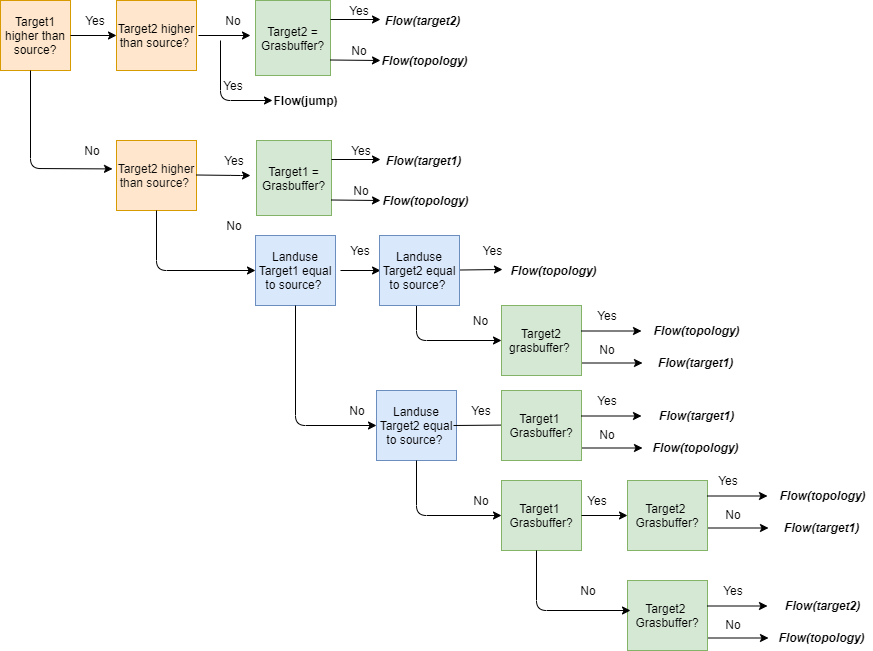
Earlier version of the draw.io export docs/_static/png/sketch_flow_algorithm.png (watem-sedem/watem-sedem). Source tidied: cells renumbered, new cells last; positions are measured from the earlier drawing's top-left corner, leaving out a move shared by most shapes.
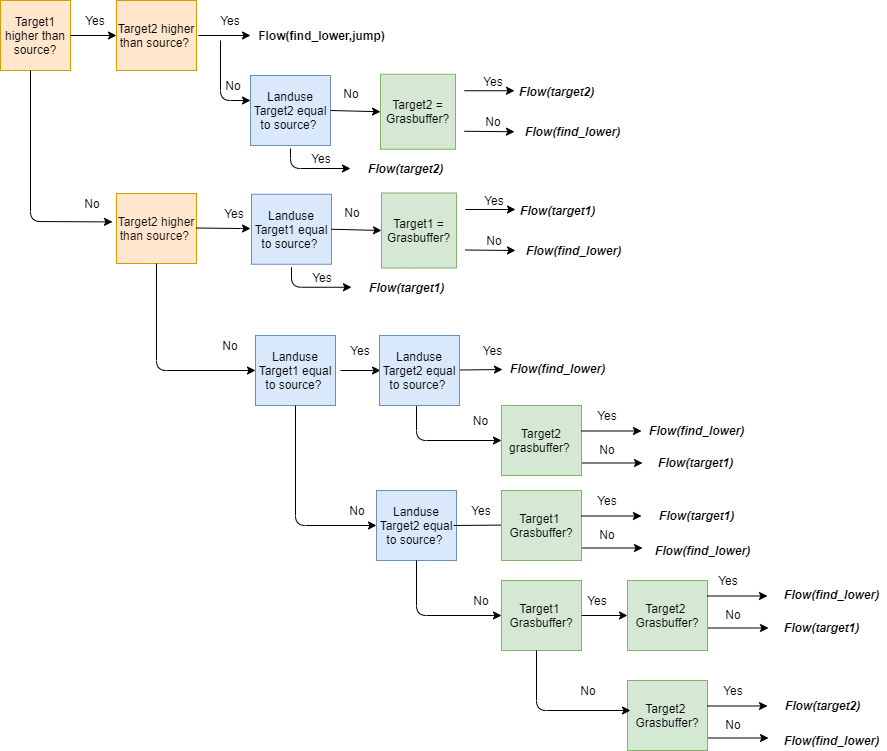
Later version of the same file.

Diff of the diagram source:
```diff
@@ -3,100 +3,88 @@
     <mxCell id="0" />
     <mxCell id="1" parent="0" />
     <mxCell id="2" value="Target1 higher than source?" style="whiteSpace=wrap;html=1;fillColor=#ffe6cc;strokeColor=#d79b00;" parent="1" vertex="1">
-      <mxGeometry width="70" height="70" as="geometry" />
+      <mxGeometry y="-100" width="70" height="70" as="geometry" />
     </mxCell>
-    <mxCell id="3" value="Target2 = Grasbuffer?" style="whiteSpace=wrap;html=1;fillColor=#d5e8d4;strokeColor=#82b366;" parent="1" vertex="1">
-      <mxGeometry x="255" width="75" height="75" as="geometry" />
-    </mxCell>
     <mxCell id="4" value="&lt;span style=&quot;color: rgb(0 , 0 , 0) ; font-family: &amp;#34;helvetica&amp;#34; ; font-size: 12px ; font-style: normal ; font-weight: 400 ; letter-spacing: normal ; text-indent: 0px ; text-transform: none ; word-spacing: 0px ; display: inline ; float: none&quot;&gt;Target2 higher than source?&amp;nbsp;&lt;/span&gt;" style="rounded=0;whiteSpace=wrap;html=1;align=center;fillColor=#ffe6cc;strokeColor=#d79b00;" parent="1" vertex="1">
-      <mxGeometry x="116" width="80" height="70" as="geometry" />
+      <mxGeometry x="116" y="-100" width="80" height="70" as="geometry" />
     </mxCell>
     <mxCell id="5" style="endArrow=classic;html=1;entryX=0;entryY=0.5;entryDx=0;entryDy=0;align=left;verticalAlign=top;" parent="1" edge="1" source="2" target="4">
       <mxGeometry relative="1" as="geometry" />
     </mxCell>
     <mxCell id="6" style="endArrow=classic;html=1;align=left;verticalAlign=top;" parent="1" edge="1">
       <mxGeometry relative="1" as="geometry">
-        <mxPoint x="198" y="35" as="sourcePoint" />
-        <mxPoint x="250" y="35" as="targetPoint" />
+        <mxPoint x="198" y="-65" as="sourcePoint" />
+        <mxPoint x="250" y="-65" as="targetPoint" />
       </mxGeometry>
     </mxCell>
     <mxCell id="7" value="Flow(target2)" style="text;html=1;align=center;verticalAlign=middle;fontStyle=3;" parent="1" vertex="1">
-      <mxGeometry x="377" y="10" width="90" height="20" as="geometry" />
+      <mxGeometry x="511" y="-18.8" width="90" height="20" as="geometry" />
     </mxCell>
-    <mxCell id="8" value="Flow(topology)" style="text;html=1;align=center;verticalAlign=middle;fontStyle=3;" parent="1" vertex="1">
-      <mxGeometry x="374" y="50" width="100" height="20" as="geometry" />
+    <mxCell id="8" value="Flow(find_lower)" style="text;html=1;align=center;verticalAlign=middle;fontStyle=3;" parent="1" vertex="1">
+      <mxGeometry x="517" y="21.2" width="110" height="20" as="geometry" />
     </mxCell>
     <mxCell id="9" style="endArrow=classic;html=1;align=left;" parent="1" edge="1">
       <mxGeometry relative="1" as="geometry">
-        <mxPoint x="220" y="40" as="sourcePoint" />
-        <mxPoint x="272" y="100" as="targetPoint" />
+        <mxPoint x="220" y="-60" as="sourcePoint" />
+        <mxPoint x="250" as="targetPoint" />
         <Array as="points">
-          <mxPoint x="220" y="100" />
+          <mxPoint x="220" />
         </Array>
       </mxGeometry>
     </mxCell>
-    <mxCell id="10" value="Flow(jump)" style="text;html=1;align=center;verticalAlign=middle;fontStyle=1;" parent="1" vertex="1">
-      <mxGeometry x="265" y="90" width="80" height="20" as="geometry" />
+    <mxCell id="10" value="Flow(find_lower,jump)" style="text;html=1;align=center;verticalAlign=middle;fontStyle=1;" parent="1" vertex="1">
+      <mxGeometry x="251" y="-75" width="140" height="20" as="geometry" />
     </mxCell>
     <mxCell id="11" value="&lt;span style=&quot;font-family: &amp;#34;helvetica&amp;#34; ; font-size: 12px ; font-style: normal ; font-weight: 400 ; letter-spacing: normal ; text-indent: 0px ; text-transform: none ; word-spacing: 0px ; display: inline ; float: none&quot;&gt;&lt;font color=&quot;#0a0a0a&quot;&gt;Target2 higher than source?&amp;nbsp;&lt;/font&gt;&lt;/span&gt;" style="rounded=0;whiteSpace=wrap;html=1;align=center;fillColor=#ffe6cc;strokeColor=#d79b00;" parent="1" vertex="1">
-      <mxGeometry x="116" y="140" width="80" height="70" as="geometry" />
+      <mxGeometry x="116" y="93" width="80" height="70" as="geometry" />
     </mxCell>
     <mxCell id="12" value="Yes" style="text;html=1;strokeColor=none;fillColor=none;align=center;verticalAlign=middle;whiteSpace=wrap;rounded=0;" parent="1" vertex="1">
-      <mxGeometry x="75" y="10" width="40" height="20" as="geometry" />
+      <mxGeometry x="75" y="-90" width="40" height="20" as="geometry" />
     </mxCell>
-    <mxCell id="13" value="No" style="text;html=1;strokeColor=none;fillColor=none;align=center;verticalAlign=middle;whiteSpace=wrap;rounded=0;" parent="1" vertex="1">
-      <mxGeometry x="213" y="10" width="40" height="20" as="geometry" />
+    <mxCell id="13" value="Yes" style="text;html=1;strokeColor=none;fillColor=none;align=center;verticalAlign=middle;whiteSpace=wrap;rounded=0;" parent="1" vertex="1">
+      <mxGeometry x="210" y="-90" width="40" height="20" as="geometry" />
     </mxCell>
-    <mxCell id="14" value="Yes" style="text;html=1;strokeColor=none;fillColor=none;align=center;verticalAlign=middle;whiteSpace=wrap;rounded=0;" parent="1" vertex="1">
-      <mxGeometry x="213" y="75" width="40" height="20" as="geometry" />
+    <mxCell id="14" value="No" style="text;html=1;strokeColor=none;fillColor=none;align=center;verticalAlign=middle;whiteSpace=wrap;rounded=0;" parent="1" vertex="1">
+      <mxGeometry x="213" y="-25" width="40" height="20" as="geometry" />
     </mxCell>
     <mxCell id="15" value="Yes" style="text;html=1;strokeColor=none;fillColor=none;align=center;verticalAlign=middle;whiteSpace=wrap;rounded=0;" parent="1" vertex="1">
-      <mxGeometry x="339" width="40" height="20" as="geometry" />
+      <mxGeometry x="473" y="-28.8" width="40" height="20" as="geometry" />
     </mxCell>
     <mxCell id="16" style="endArrow=classic;html=1;align=left;" parent="1" edge="1">
       <mxGeometry relative="1" as="geometry">
-        <mxPoint x="330" y="19" as="sourcePoint" />
-        <mxPoint x="380" y="19" as="targetPoint" />
+        <mxPoint x="464" y="-9.8" as="sourcePoint" />
+        <mxPoint x="514" y="-9.8" as="targetPoint" />
       </mxGeometry>
     </mxCell>
     <mxCell id="17" value="No" style="text;html=1;strokeColor=none;fillColor=none;align=center;verticalAlign=middle;whiteSpace=wrap;rounded=0;" parent="1" vertex="1">
-      <mxGeometry x="339" y="40" width="40" height="20" as="geometry" />
+      <mxGeometry x="473" y="11.2" width="40" height="20" as="geometry" />
     </mxCell>
     <mxCell id="18" style="endArrow=classic;html=1;align=left;" parent="1" edge="1">
       <mxGeometry relative="1" as="geometry">
-        <mxPoint x="330" y="59.5" as="sourcePoint" />
-        <mxPoint x="380" y="60" as="targetPoint" />
+        <mxPoint x="464" y="30.8" as="sourcePoint" />
+        <mxPoint x="514" y="31.2" as="targetPoint" />
       </mxGeometry>
     </mxCell>
     <mxCell id="19" style="endArrow=classic;html=1;align=left;entryX=-0.05;entryY=0.406;entryDx=0;entryDy=0;entryPerimeter=0;" parent="1" edge="1" target="11">
       <mxGeometry relative="1" as="geometry">
-        <mxPoint x="30" y="70" as="sourcePoint" />
+        <mxPoint x="30" y="-30" as="sourcePoint" />
         <Array as="points">
-          <mxPoint x="30" y="168" />
+          <mxPoint x="30" y="121" />
         </Array>
       </mxGeometry>
     </mxCell>
     <mxCell id="20" value="No" style="text;html=1;strokeColor=none;fillColor=none;align=center;verticalAlign=middle;whiteSpace=wrap;rounded=0;" parent="1" vertex="1">
-      <mxGeometry x="72" y="140" width="40" height="20" as="geometry" />
+      <mxGeometry x="72" y="93" width="40" height="20" as="geometry" />
     </mxCell>
-    <mxCell id="21" value="Target1 = Grasbuffer?" style="whiteSpace=wrap;html=1;fillColor=#d5e8d4;strokeColor=#82b366;" parent="1" vertex="1">
-      <mxGeometry x="256" y="140" width="75" height="75" as="geometry" />
-    </mxCell>
     <mxCell id="22" style="endArrow=classic;html=1;align=left;verticalAlign=top;" parent="1" edge="1">
       <mxGeometry relative="1" as="geometry">
-        <mxPoint x="196" y="174.5" as="sourcePoint" />
-        <mxPoint x="250" y="175" as="targetPoint" />
+        <mxPoint x="196" y="127.5" as="sourcePoint" />
+        <mxPoint x="250" y="128" as="targetPoint" />
         <Array as="points">
-          <mxPoint x="240" y="175" />
+          <mxPoint x="240" y="128" />
         </Array>
       </mxGeometry>
     </mxCell>
-    <mxCell id="23" value="Flow(target1)" style="text;html=1;align=center;verticalAlign=middle;fontStyle=3;" parent="1" vertex="1">
-      <mxGeometry x="378" y="150" width="90" height="20" as="geometry" />
-    </mxCell>
-    <mxCell id="24" value="Flow(topology)" style="text;html=1;align=center;verticalAlign=middle;fontStyle=3;" parent="1" vertex="1">
-      <mxGeometry x="375" y="190" width="100" height="20" as="geometry" />
-    </mxCell>
     <mxCell id="25" style="endArrow=classic;html=1;align=left;entryX=0;entryY=0.5;entryDx=0;entryDy=0;exitX=0.5;exitY=1;exitDx=0;exitDy=0;" parent="1" edge="1" source="11" target="32">
       <mxGeometry relative="1" as="geometry">
         <Array as="points">
@@ -105,29 +93,11 @@
       </mxGeometry>
     </mxCell>
     <mxCell id="26" value="Yes" style="text;html=1;strokeColor=none;fillColor=none;align=center;verticalAlign=middle;whiteSpace=wrap;rounded=0;" parent="1" vertex="1">
-      <mxGeometry x="214" y="150" width="40" height="20" as="geometry" />
+      <mxGeometry x="214" y="103" width="40" height="20" as="geometry" />
     </mxCell>
     <mxCell id="27" value="No" style="text;html=1;strokeColor=none;fillColor=none;align=center;verticalAlign=middle;whiteSpace=wrap;rounded=0;" parent="1" vertex="1">
-      <mxGeometry x="214" y="215" width="40" height="20" as="geometry" />
+      <mxGeometry x="210" y="235" width="40" height="20" as="geometry" />
     </mxCell>
-    <mxCell id="28" value="Yes" style="text;html=1;strokeColor=none;fillColor=none;align=center;verticalAlign=middle;whiteSpace=wrap;rounded=0;" parent="1" vertex="1">
-      <mxGeometry x="341" y="140" width="40" height="20" as="geometry" />
-    </mxCell>
-    <mxCell id="29" style="endArrow=classic;html=1;align=left;" parent="1" edge="1">
-      <mxGeometry relative="1" as="geometry">
-        <mxPoint x="331" y="159" as="sourcePoint" />
-        <mxPoint x="380" y="159" as="targetPoint" />
-      </mxGeometry>
-    </mxCell>
-    <mxCell id="30" value="No" style="text;html=1;strokeColor=none;fillColor=none;align=center;verticalAlign=middle;whiteSpace=wrap;rounded=0;" parent="1" vertex="1">
-      <mxGeometry x="341" y="180" width="40" height="20" as="geometry" />
-    </mxCell>
-    <mxCell id="31" style="endArrow=classic;html=1;align=left;" parent="1" edge="1">
-      <mxGeometry relative="1" as="geometry">
-        <mxPoint x="331" y="199.5" as="sourcePoint" />
-        <mxPoint x="380" y="200" as="targetPoint" />
-      </mxGeometry>
-    </mxCell>
     <mxCell id="32" value="&lt;span style=&quot;color: rgb(0 , 0 , 0) ; font-family: &amp;#34;helvetica&amp;#34; ; font-size: 12px ; font-style: normal ; font-weight: 400 ; letter-spacing: normal ; text-indent: 0px ; text-transform: none ; word-spacing: 0px ; display: inline ; float: none&quot;&gt;Landuse Target1 equal to source?&amp;nbsp;&lt;/span&gt;" style="rounded=0;whiteSpace=wrap;html=1;align=center;fillColor=#dae8fc;strokeColor=#6c8ebf;" parent="1" vertex="1">
       <mxGeometry x="255" y="235" width="80" height="70" as="geometry" />
     </mxCell>
@@ -153,14 +123,12 @@
     <mxCell id="37" value="&lt;span style=&quot;color: rgb(0 , 0 , 0) ; font-family: &amp;#34;helvetica&amp;#34; ; font-size: 12px ; font-style: normal ; font-weight: 400 ; letter-spacing: normal ; text-indent: 0px ; text-transform: none ; word-spacing: 0px ; display: inline ; float: none&quot;&gt;Landuse Target2 equal to source?&amp;nbsp;&lt;/span&gt;" style="rounded=0;whiteSpace=wrap;html=1;align=center;fillColor=#dae8fc;strokeColor=#6c8ebf;" parent="1" vertex="1">
       <mxGeometry x="379" y="235" width="80" height="70" as="geometry" />
     </mxCell>
-    <mxCell id="38" style="endArrow=classic;html=1;align=left;entryX=-0.01;entryY=0.45;entryDx=0;entryDy=0;entryPerimeter=0;" parent="1" edge="1" target="39">
+    <mxCell id="38" style="endArrow=classic;html=1;align=left;entryX=-0.01;entryY=0.45;entryDx=0;entryDy=0;entryPerimeter=0;" parent="1" edge="1">
       <mxGeometry relative="1" as="geometry">
         <mxPoint x="460" y="269.5" as="sourcePoint" />
+        <mxPoint x="502" y="269" as="targetPoint" />
       </mxGeometry>
     </mxCell>
-    <mxCell id="39" value="Flow(topology)" style="text;html=1;align=center;verticalAlign=middle;points=[];fontStyle=3;" parent="1" vertex="1">
-      <mxGeometry x="503" y="260" width="100" height="20" as="geometry" />
-    </mxCell>
     <mxCell id="40" value="Yes" style="text;html=1;strokeColor=none;fillColor=none;align=center;verticalAlign=middle;whiteSpace=wrap;rounded=0;" parent="1" vertex="1">
       <mxGeometry x="340" y="240" width="40" height="20" as="geometry" />
     </mxCell>
@@ -188,9 +156,6 @@
         <mxPoint x="767" y="495.5" as="targetPoint" />
       </mxGeometry>
     </mxCell>
-    <mxCell id="47" value="Flow(topology)" style="text;html=1;align=center;verticalAlign=middle;fontStyle=3;" parent="1" vertex="1">
-      <mxGeometry x="772" y="485" width="100" height="20" as="geometry" />
-    </mxCell>
     <mxCell id="48" style="endArrow=classic;html=1;align=left;entryX=0;entryY=0.5;entryDx=0;entryDy=0;" parent="1" edge="1">
       <mxGeometry relative="1" as="geometry">
         <mxPoint x="708" y="527.5" as="sourcePoint" />
@@ -239,9 +204,6 @@
         <mxPoint x="768" y="637.5" as="targetPoint" />
       </mxGeometry>
     </mxCell>
-    <mxCell id="59" value="Flow(topology)" style="text;html=1;align=center;verticalAlign=middle;fontStyle=3;" parent="1" vertex="1">
-      <mxGeometry x="771" y="627" width="100" height="20" as="geometry" />
-    </mxCell>
     <mxCell id="60" value="Yes" style="text;html=1;strokeColor=none;fillColor=none;align=center;verticalAlign=middle;whiteSpace=wrap;rounded=0;" parent="1" vertex="1">
       <mxGeometry x="713" y="580" width="40" height="20" as="geometry" />
     </mxCell>
@@ -273,9 +235,6 @@
         <mxPoint x="642" y="447.5" as="targetPoint" />
       </mxGeometry>
     </mxCell>
-    <mxCell id="67" value="Flow(topology)" style="text;html=1;align=center;verticalAlign=middle;fontStyle=3;" parent="1" vertex="1">
-      <mxGeometry x="645" y="437" width="100" height="20" as="geometry" />
-    </mxCell>
     <mxCell id="68" value="Yes" style="text;html=1;strokeColor=none;fillColor=none;align=center;verticalAlign=middle;whiteSpace=wrap;rounded=0;" parent="1" vertex="1">
       <mxGeometry x="587" y="390" width="40" height="20" as="geometry" />
     </mxCell>
@@ -291,8 +250,8 @@
         <mxPoint x="641" y="330.5" as="targetPoint" />
       </mxGeometry>
     </mxCell>
-    <mxCell id="72" value="Flow(topology)" style="text;html=1;align=center;verticalAlign=middle;fontStyle=3;" parent="1" vertex="1">
-      <mxGeometry x="646" y="320" width="100" height="20" as="geometry" />
+    <mxCell id="72" value="Flow(find_lower)" style="text;html=1;align=center;verticalAlign=middle;fontStyle=3;" parent="1" vertex="1">
+      <mxGeometry x="641" y="320" width="110" height="20" as="geometry" />
     </mxCell>
     <mxCell id="73" style="endArrow=classic;html=1;align=left;entryX=0;entryY=0.5;entryDx=0;entryDy=0;" parent="1" edge="1">
       <mxGeometry relative="1" as="geometry">
@@ -325,5 +284,95 @@
     <mxCell id="80" value="No" style="text;html=1;strokeColor=none;fillColor=none;align=center;verticalAlign=middle;whiteSpace=wrap;rounded=0;" parent="1" vertex="1">
       <mxGeometry x="568" y="580" width="40" height="20" as="geometry" />
     </mxCell>
+    <mxCell id="3" value="Target2 = Grasbuffer?" style="whiteSpace=wrap;html=1;fillColor=#d5e8d4;strokeColor=#82b366;" parent="1" vertex="1">
+      <mxGeometry x="380" y="-26.2" width="75" height="75" as="geometry" />
+    </mxCell>
+    <mxCell id="81" value="&lt;span style=&quot;color: rgb(0 , 0 , 0) ; font-family: &amp;#34;helvetica&amp;#34; ; font-size: 12px ; font-style: normal ; font-weight: 400 ; letter-spacing: normal ; text-indent: 0px ; text-transform: none ; word-spacing: 0px ; display: inline ; float: none&quot;&gt;Landuse Target2 equal to source?&amp;nbsp;&lt;/span&gt;" style="rounded=0;whiteSpace=wrap;html=1;align=center;fillColor=#dae8fc;strokeColor=#6c8ebf;" parent="1" vertex="1">
+      <mxGeometry x="250" y="-25" width="80" height="70" as="geometry" />
+    </mxCell>
+    <mxCell id="82" style="endArrow=classic;html=1;align=left;verticalAlign=top;entryX=0;entryY=0.5;entryDx=0;entryDy=0;exitX=1;exitY=0.5;exitDx=0;exitDy=0;" parent="1" edge="1" source="81" target="3">
+      <mxGeometry relative="1" as="geometry" />
+    </mxCell>
+    <mxCell id="83" value="No" style="text;html=1;strokeColor=none;fillColor=none;align=center;verticalAlign=middle;whiteSpace=wrap;rounded=0;" parent="1" vertex="1">
+      <mxGeometry x="331" y="-16.8" width="40" height="20" as="geometry" />
+    </mxCell>
+    <mxCell id="84" value="Flow(find_lower)" style="text;html=1;align=center;verticalAlign=middle;fontStyle=3;" parent="1" vertex="1">
+      <mxGeometry x="502" y="258" width="110" height="20" as="geometry" />
+    </mxCell>
+    <mxCell id="85" value="Flow(find_lower)" style="text;html=1;align=center;verticalAlign=middle;fontStyle=3;" parent="1" vertex="1">
+      <mxGeometry x="647" y="440" width="110" height="20" as="geometry" />
+    </mxCell>
+    <mxCell id="86" value="Flow(find_lower)" style="text;html=1;align=center;verticalAlign=middle;fontStyle=3;" parent="1" vertex="1">
+      <mxGeometry x="776" y="484" width="110" height="20" as="geometry" />
+    </mxCell>
+    <mxCell id="87" value="Flow(find_lower)" style="text;html=1;align=center;verticalAlign=middle;fontStyle=3;" parent="1" vertex="1">
+      <mxGeometry x="776" y="630" width="110" height="20" as="geometry" />
+    </mxCell>
+    <mxCell id="88" style="endArrow=classic;html=1;align=left;" parent="1" edge="1">
+      <mxGeometry relative="1" as="geometry">
+        <mxPoint x="290" y="48" as="sourcePoint" />
+        <mxPoint x="350" y="68" as="targetPoint" />
+        <Array as="points">
+          <mxPoint x="290" y="68" />
+        </Array>
+      </mxGeometry>
+    </mxCell>
+    <mxCell id="89" value="Yes" style="text;html=1;strokeColor=none;fillColor=none;align=center;verticalAlign=middle;whiteSpace=wrap;rounded=0;" parent="1" vertex="1">
+      <mxGeometry x="301" y="48" width="40" height="20" as="geometry" />
+    </mxCell>
+    <mxCell id="90" value="Flow(target2)" style="text;html=1;align=center;verticalAlign=middle;fontStyle=3;" parent="1" vertex="1">
+      <mxGeometry x="360" y="58" width="90" height="20" as="geometry" />
+    </mxCell>
+    <mxCell id="91" value="Flow(target1)" style="text;html=1;align=center;verticalAlign=middle;fontStyle=3;" parent="1" vertex="1">
+      <mxGeometry x="512" y="100" width="90" height="20" as="geometry" />
+    </mxCell>
+    <mxCell id="92" value="Flow(find_lower)" style="text;html=1;align=center;verticalAlign=middle;fontStyle=3;" parent="1" vertex="1">
+      <mxGeometry x="518" y="140" width="110" height="20" as="geometry" />
+    </mxCell>
+    <mxCell id="93" value="Yes" style="text;html=1;strokeColor=none;fillColor=none;align=center;verticalAlign=middle;whiteSpace=wrap;rounded=0;" parent="1" vertex="1">
+      <mxGeometry x="474" y="90" width="40" height="20" as="geometry" />
+    </mxCell>
+    <mxCell id="94" style="endArrow=classic;html=1;align=left;" parent="1" edge="1">
+      <mxGeometry relative="1" as="geometry">
+        <mxPoint x="465" y="109" as="sourcePoint" />
+        <mxPoint x="515" y="109" as="targetPoint" />
+      </mxGeometry>
+    </mxCell>
+    <mxCell id="95" value="No" style="text;html=1;strokeColor=none;fillColor=none;align=center;verticalAlign=middle;whiteSpace=wrap;rounded=0;" parent="1" vertex="1">
+      <mxGeometry x="474" y="130" width="40" height="20" as="geometry" />
+    </mxCell>
+    <mxCell id="96" style="endArrow=classic;html=1;align=left;" parent="1" edge="1">
+      <mxGeometry relative="1" as="geometry">
+        <mxPoint x="465" y="149.5" as="sourcePoint" />
+        <mxPoint x="515" y="150" as="targetPoint" />
+      </mxGeometry>
+    </mxCell>
+    <mxCell id="21" value="Target1 = Grasbuffer?" style="whiteSpace=wrap;html=1;fillColor=#d5e8d4;strokeColor=#82b366;" parent="1" vertex="1">
+      <mxGeometry x="381" y="92.5" width="75" height="75" as="geometry" />
+    </mxCell>
+    <mxCell id="97" value="&lt;span style=&quot;color: rgb(0 , 0 , 0) ; font-family: &amp;#34;helvetica&amp;#34; ; font-size: 12px ; font-style: normal ; font-weight: 400 ; letter-spacing: normal ; text-indent: 0px ; text-transform: none ; word-spacing: 0px ; display: inline ; float: none&quot;&gt;Landuse Target1 equal to source?&amp;nbsp;&lt;/span&gt;" style="rounded=0;whiteSpace=wrap;html=1;align=center;fillColor=#dae8fc;strokeColor=#6c8ebf;" parent="1" vertex="1">
+      <mxGeometry x="251" y="93.8" width="80" height="70" as="geometry" />
+    </mxCell>
+    <mxCell id="98" style="endArrow=classic;html=1;align=left;verticalAlign=top;entryX=0;entryY=0.5;entryDx=0;entryDy=0;exitX=1;exitY=0.5;exitDx=0;exitDy=0;" parent="1" edge="1" source="97" target="21">
+      <mxGeometry relative="1" as="geometry" />
+    </mxCell>
+    <mxCell id="99" value="No" style="text;html=1;strokeColor=none;fillColor=none;align=center;verticalAlign=middle;whiteSpace=wrap;rounded=0;" parent="1" vertex="1">
+      <mxGeometry x="332" y="102" width="40" height="20" as="geometry" />
+    </mxCell>
+    <mxCell id="100" style="endArrow=classic;html=1;align=left;" parent="1" edge="1">
+      <mxGeometry relative="1" as="geometry">
+        <mxPoint x="291" y="166.8" as="sourcePoint" />
+        <mxPoint x="351" y="186.8" as="targetPoint" />
+        <Array as="points">
+          <mxPoint x="291" y="186.8" />
+        </Array>
+      </mxGeometry>
+    </mxCell>
+    <mxCell id="101" value="Yes" style="text;html=1;strokeColor=none;fillColor=none;align=center;verticalAlign=middle;whiteSpace=wrap;rounded=0;" parent="1" vertex="1">
+      <mxGeometry x="302" y="166.8" width="40" height="20" as="geometry" />
+    </mxCell>
+    <mxCell id="102" value="Flow(target1)" style="text;html=1;align=center;verticalAlign=middle;fontStyle=3;" parent="1" vertex="1">
+      <mxGeometry x="361" y="176.8" width="90" height="20" as="geometry" />
+    </mxCell>
   </root>
 </mxGraphModel>
```
